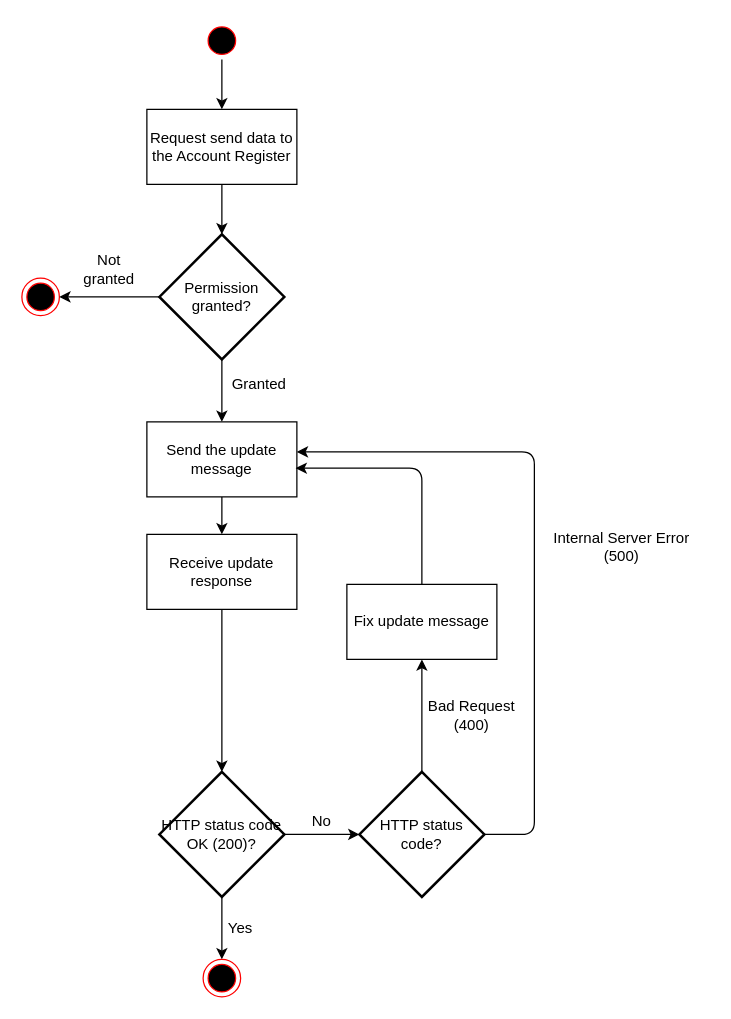
This is diagrams/flowchart_update.drawio from FinnishCustoms-SuomenTulli/account-register-information-update, a draw.io file, before an edit. Source tidied: cells renumbered, new cells numbered last; positions are measured from the earlier drawing's top-left corner, leaving out a move shared by most shapes. Both pictures are drawn from the tidied source at 125%, with x=0, y=0 at pixel (21, 21).
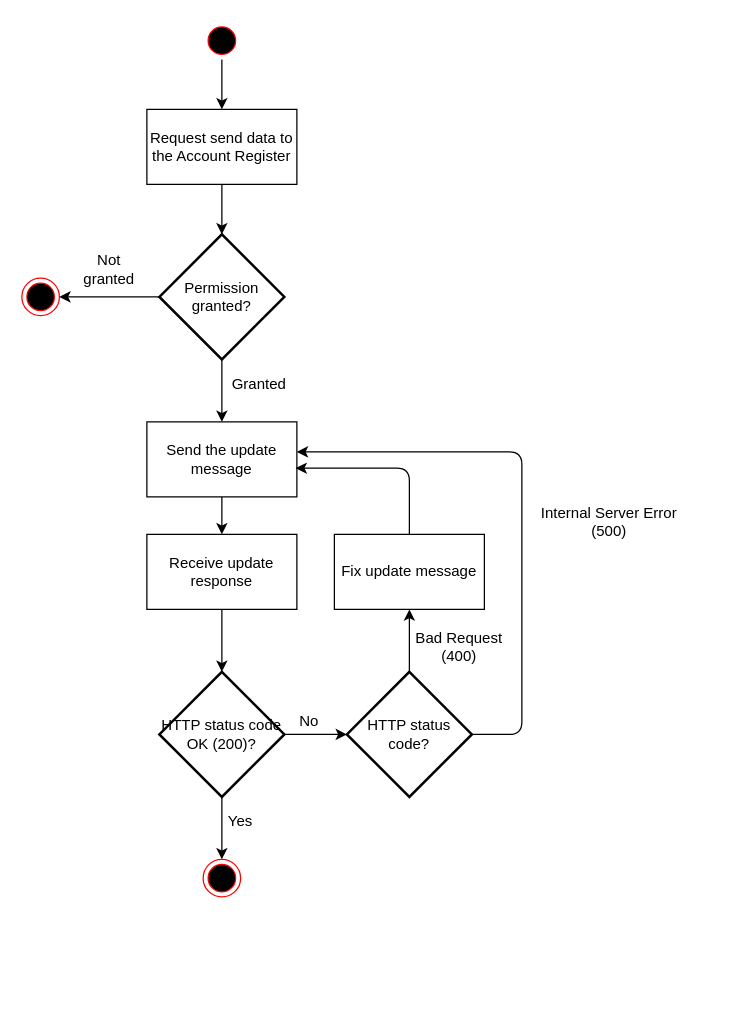
Above is the later version.

Commit message (it also covers changes not shown here):
TR-304, Kuvan 2.1. termien kääntäminen englanniksi

Unchanged cells that the change refers to:
```xml
<mxCell id="9" value="Send the update message" style="rounded=0;whiteSpace=wrap;html=1;" parent="1" vertex="1">
  <mxGeometry x="100" y="320" width="120" height="60" as="geometry" />
</mxCell>
```

Diff of the diagram source:
```diff
@@
     <mxCell id="6" style="ellipse;html=1;shape=endState;fillColor=#000000;strokeColor=#ff0000;" parent="1" vertex="1">
-      <mxGeometry x="145" y="750" width="30" height="30" as="geometry" />
+      <mxGeometry x="145" y="670" width="30" height="30" as="geometry" />
     </mxCell>
@@
     <mxCell id="10" value="HTTP status code OK (200)?" style="strokeWidth=2;html=1;shape=mxgraph.flowchart.decision;whiteSpace=wrap;verticalAlign=middle;" parent="1" vertex="1">
-      <mxGeometry x="110" y="600" width="100" height="100" as="geometry" />
+      <mxGeometry x="110" y="520" width="100" height="100" as="geometry" />
     </mxCell>
@@
     <mxCell id="20" value="No" style="text;html=1;strokeColor=none;fillColor=none;align=center;verticalAlign=middle;whiteSpace=wrap;rounded=0;" parent="1" vertex="1">
-      <mxGeometry x="220" y="630" width="40" height="20" as="geometry" />
+      <mxGeometry x="210" y="550" width="40" height="20" as="geometry" />
     </mxCell>
     <mxCell id="21" value="Yes" style="text;html=1;strokeColor=none;fillColor=none;align=center;verticalAlign=middle;whiteSpace=wrap;rounded=0;" parent="1" vertex="1">
-      <mxGeometry x="155" y="715" width="40" height="20" as="geometry" />
+      <mxGeometry x="155" y="630" width="40" height="20" as="geometry" />
     </mxCell>
     <mxCell id="22" value="HTTP status code?" style="strokeWidth=2;html=1;shape=mxgraph.flowchart.decision;whiteSpace=wrap;" parent="1" vertex="1">
-      <mxGeometry x="270" y="600" width="100" height="100" as="geometry" />
+      <mxGeometry x="260" y="520" width="100" height="100" as="geometry" />
     </mxCell>
@@
     <mxCell id="24" value="Fix update message" style="rounded=0;whiteSpace=wrap;html=1;" parent="1" vertex="1">
-      <mxGeometry x="260" y="450" width="120" height="60" as="geometry" />
+      <mxGeometry x="250" y="410" width="120" height="60" as="geometry" />
     </mxCell>
@@
-    <mxCell id="26" style="endArrow=classic;html=1;entryX=0.992;entryY=0.617;entryDx=0;entryDy=0;entryPerimeter=0;" parent="1" edge="1" source="24" target="9">
+    <mxCell id="26" style="endArrow=classic;html=1;entryX=0.992;entryY=0.617;entryDx=0;entryDy=0;entryPerimeter=0;exitX=0.5;exitY=0;exitDx=0;exitDy=0;" parent="1" edge="1" source="24" target="9">
       <mxGeometry relative="1" as="geometry">
         <Array as="points">
-          <mxPoint x="320" y="357" />
+          <mxPoint x="310" y="357" />
         </Array>
       </mxGeometry>
     </mxCell>
     <mxCell id="27" value="Bad Request (400)" style="text;html=1;strokeColor=none;fillColor=none;align=center;verticalAlign=middle;whiteSpace=wrap;rounded=0;" parent="1" vertex="1">
-      <mxGeometry x="320" y="545" width="80" height="20" as="geometry" />
+      <mxGeometry x="310" y="490" width="80" height="20" as="geometry" />
     </mxCell>
-    <mxCell id="28" style="endArrow=classic;html=1;entryX=1;entryY=0.4;entryDx=0;entryDy=0;entryPerimeter=0;" parent="1" edge="1" target="9">
+    <mxCell id="28" style="endArrow=classic;html=1;entryX=1;entryY=0.4;entryDx=0;entryDy=0;entryPerimeter=0;exitX=1;exitY=0.5;exitDx=0;exitDy=0;exitPerimeter=0;" parent="1" edge="1" source="22" target="9">
       <mxGeometry relative="1" as="geometry">
-        <mxPoint x="370" y="650" as="sourcePoint" />
         <Array as="points">
-          <mxPoint x="410" y="650" />
-          <mxPoint x="410" y="344" />
+          <mxPoint x="400" y="570" />
+          <mxPoint x="400" y="460" />
+          <mxPoint x="400" y="344" />
         </Array>
       </mxGeometry>
     </mxCell>
     <mxCell id="29" value="Internal Server Error (500)" style="text;html=1;strokeColor=none;fillColor=none;align=center;verticalAlign=middle;whiteSpace=wrap;rounded=0;" parent="1" vertex="1">
-      <mxGeometry x="410" y="410" width="140" height="20" as="geometry" />
+      <mxGeometry x="400" y="390" width="140" height="20" as="geometry" />
     </mxCell>
```
